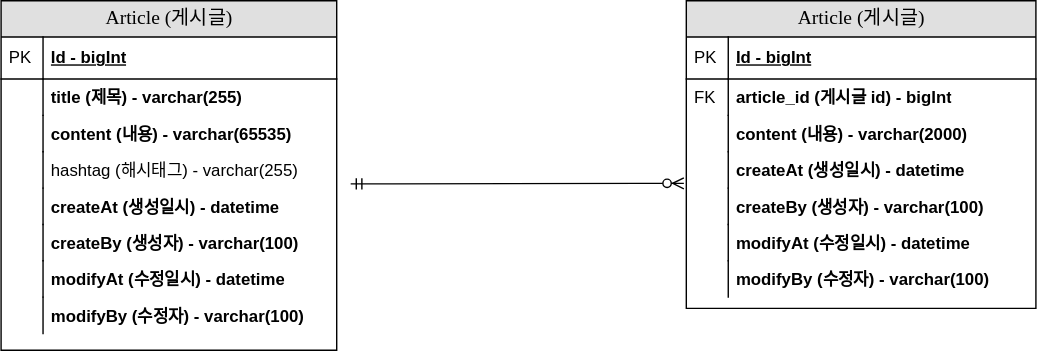
The draw.io diagram document/project-board-erd.svg in codingvegeta/fastcampus-project-board, before a commit. Source tidied: cells renumbered, new cells last; positions are measured from the earlier drawing's top-left corner, leaving out a move shared by most shapes.
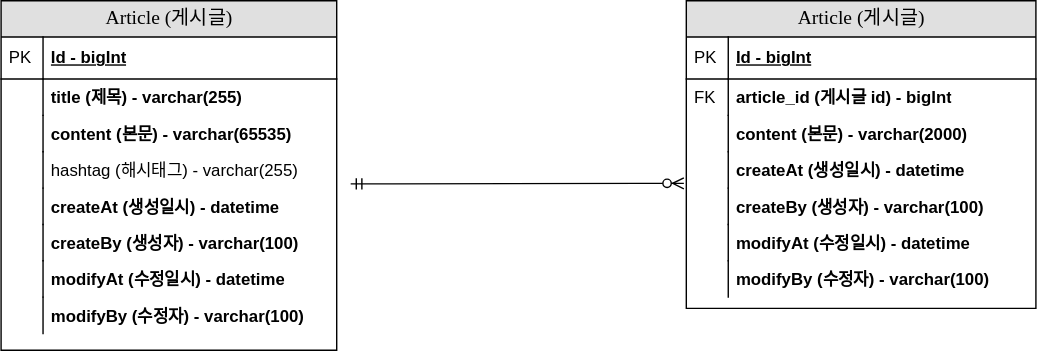
The same file after the commit.

Commit message:
#8 - ERD 주석 업데이트 project-board-erd.svg 업데이트

Change to the diagram source:
```diff
@@ -17,7 +17,7 @@
     <mxCell id="6" style="shape=partialRectangle;top=0;left=0;bottom=0;html=1;fillColor=none;align=left;verticalAlign=top;spacingLeft=4;spacingRight=4;whiteSpace=wrap;overflow=hidden;" parent="5" vertex="1">
       <mxGeometry width="30" height="26" as="geometry" />
     </mxCell>
-    <mxCell id="7" value="content (내용) - varchar(65535)" style="shape=partialRectangle;top=0;left=0;right=0;bottom=0;html=1;align=left;verticalAlign=top;fillColor=none;spacingLeft=34;spacingRight=4;whiteSpace=wrap;overflow=hidden;fontStyle=1;" parent="2" vertex="1">
+    <mxCell id="7" value="content (본문) - varchar(65535)" style="shape=partialRectangle;top=0;left=0;right=0;bottom=0;html=1;align=left;verticalAlign=top;fillColor=none;spacingLeft=34;spacingRight=4;whiteSpace=wrap;overflow=hidden;fontStyle=1;" parent="2" vertex="1">
       <mxGeometry y="82" width="240" height="26" as="geometry" />
     </mxCell>
     <mxCell id="8" style="shape=partialRectangle;top=0;left=0;bottom=0;html=1;fillColor=none;align=left;verticalAlign=top;spacingLeft=4;spacingRight=4;whiteSpace=wrap;overflow=hidden;" parent="7" vertex="1">
@@ -68,7 +68,7 @@
     <mxCell id="23" value="FK" style="shape=partialRectangle;top=0;left=0;bottom=0;html=1;fillColor=none;align=left;verticalAlign=top;spacingLeft=4;spacingRight=4;whiteSpace=wrap;overflow=hidden;" parent="22" vertex="1">
       <mxGeometry width="30" height="26" as="geometry" />
     </mxCell>
-    <mxCell id="24" value="content (내용) - varchar(2000)" style="shape=partialRectangle;top=0;left=0;right=0;bottom=0;html=1;align=left;verticalAlign=top;fillColor=none;spacingLeft=34;spacingRight=4;whiteSpace=wrap;overflow=hidden;fontStyle=1;" parent="19" vertex="1">
+    <mxCell id="24" value="content (본문) - varchar(2000)" style="shape=partialRectangle;top=0;left=0;right=0;bottom=0;html=1;align=left;verticalAlign=top;fillColor=none;spacingLeft=34;spacingRight=4;whiteSpace=wrap;overflow=hidden;fontStyle=1;" parent="19" vertex="1">
       <mxGeometry y="82" width="250" height="26" as="geometry" />
     </mxCell>
     <mxCell id="25" style="shape=partialRectangle;top=0;left=0;bottom=0;html=1;fillColor=none;align=left;verticalAlign=top;spacingLeft=4;spacingRight=4;whiteSpace=wrap;overflow=hidden;" parent="24" vertex="1">
```
